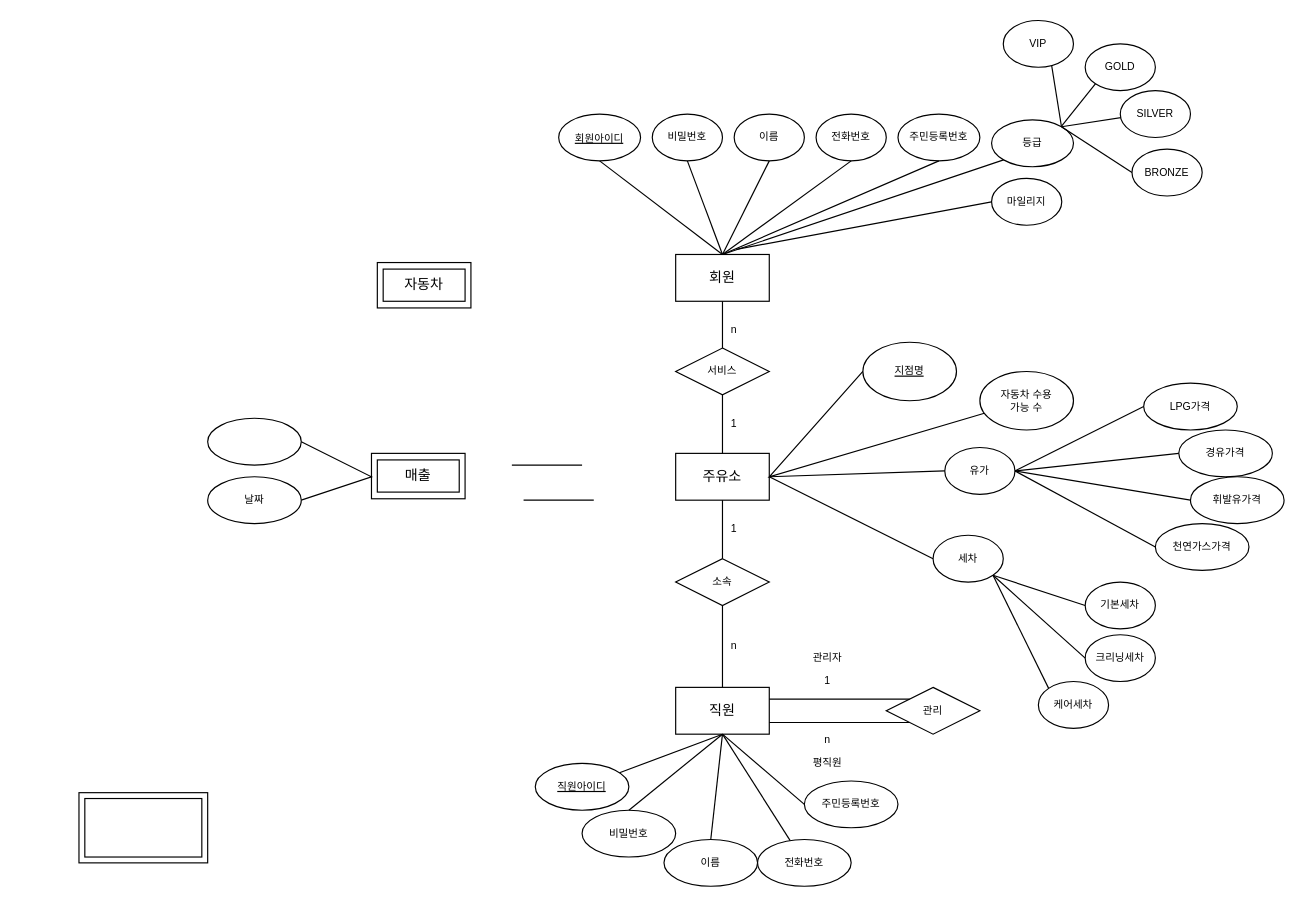
Before: Untitled Diagram.drawio in junki1912/DataBase_base, a draw.io diagram. Source tidied: cells renumbered, new cells numbered last; positions are measured from the earlier drawing's top-left corner, leaving out a move shared by most shapes. Both pictures are drawn from the tidied source at 117%, with x=0, y=0 at pixel (78, 20).
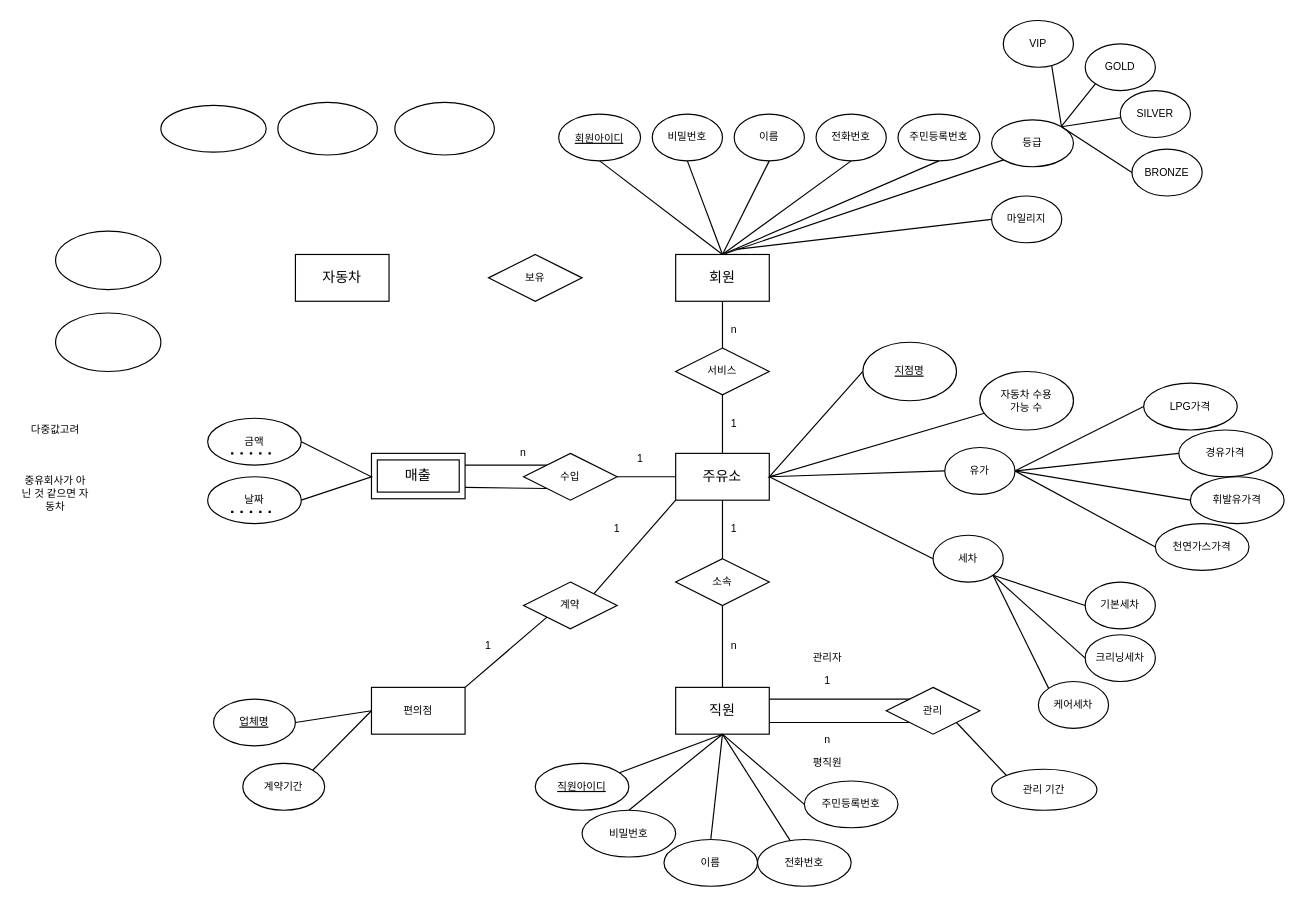
The same diagram, later.

The change refers to these unchanged cells:
```xml
<mxCell id="41" value="주유소" style="rounded=0;whiteSpace=wrap;html=1;" parent="1" vertex="1">
  <mxGeometry x="510" y="370" width="80" height="40" as="geometry" />
</mxCell>
<mxCell id="79" style="rounded=0;whiteSpace=wrap;html=1;" parent="1" vertex="1">
  <mxGeometry x="250" y="370" width="80" height="38.8" as="geometry" />
</mxCell>
```

The edit, as a diff of the source:
```diff
@@
-    <mxCell id="2" style="rounded=0;whiteSpace=wrap;html=1;" parent="1" vertex="1">
-      <mxGeometry y="660" width="110" height="60" as="geometry" />
-    </mxCell>
-    <mxCell id="3" style="rounded=0;whiteSpace=wrap;html=1;" parent="1" vertex="1">
-      <mxGeometry x="5" y="665" width="100" height="50" as="geometry" />
-    </mxCell>
-    <mxCell id="4" style="rounded=0;whiteSpace=wrap;html=1;" parent="1" vertex="1">
-      <mxGeometry x="255" y="206.9" width="80" height="38.8" as="geometry" />
-    </mxCell>
-    <mxCell id="5" value="자동차" style="rounded=0;whiteSpace=wrap;html=1;" parent="1" vertex="1">
-      <mxGeometry x="260" y="212.5" width="70" height="27.5" as="geometry" />
-    </mxCell>
@@
     <mxCell id="12" value="마일리지" style="ellipse;whiteSpace=wrap;html=1;fontSize=9;" parent="1" vertex="1">
-      <mxGeometry x="780" y="135" width="60" height="40" as="geometry" />
+      <mxGeometry x="780" y="150" width="60" height="40" as="geometry" />
     </mxCell>
@@
-    <mxCell id="81" style="endArrow=none;html=1;rounded=0;fontSize=9;entryX=1;entryY=0.5;entryDx=0;entryDy=0;exitX=1;exitY=0.5;exitDx=0;exitDy=0;" parent="1" edge="1" source="83" target="82">
+    <mxCell id="81" style="endArrow=none;html=1;rounded=0;fontSize=9;exitX=1;exitY=0.5;exitDx=0;exitDy=0;" parent="1" edge="1">
       <mxGeometry relative="1" as="geometry">
+        <mxPoint x="190" y="360" as="sourcePoint" />
+        <mxPoint x="190" y="410" as="targetPoint" />
         <Array as="points">
           <mxPoint x="250" y="390" />
         </Array>
       </mxGeometry>
     </mxCell>
-    <mxCell id="82" value="날짜" style="ellipse;whiteSpace=wrap;html=1;fontSize=9;" parent="1" vertex="1">
-      <mxGeometry x="110" y="390" width="80" height="40" as="geometry" />
-    </mxCell>
-    <mxCell id="83" style="ellipse;whiteSpace=wrap;html=1;fontSize=9;" parent="1" vertex="1">
+    <mxCell id="83" value="금액" style="ellipse;whiteSpace=wrap;html=1;fontSize=9;" parent="1" vertex="1">
       <mxGeometry x="110" y="340" width="80" height="40" as="geometry" />
     </mxCell>
-    <mxCell id="84" style="endArrow=none;html=1;rounded=0;fontSize=9;" parent="1" edge="1">
+    <mxCell id="84" style="endArrow=none;html=1;rounded=0;fontSize=9;entryX=0;entryY=0;entryDx=0;entryDy=0;" parent="1" edge="1" target="86">
       <mxGeometry relative="1" as="geometry">
-        <mxPoint x="370" y="380" as="sourcePoint" />
-        <mxPoint x="430" y="380" as="targetPoint" />
+        <mxPoint x="330" y="380" as="sourcePoint" />
       </mxGeometry>
     </mxCell>
-    <mxCell id="85" style="endArrow=none;html=1;rounded=0;fontSize=9;" parent="1" edge="1">
-      <mxGeometry relative="1" as="geometry">
-        <mxPoint x="380" y="410" as="sourcePoint" />
-        <mxPoint x="440" y="410" as="targetPoint" />
-      </mxGeometry>
+    <mxCell id="85" style="endArrow=none;html=1;rounded=0;fontSize=9;entryX=0;entryY=1;entryDx=0;entryDy=0;exitX=1;exitY=0.75;exitDx=0;exitDy=0;" parent="1" edge="1" source="79" target="86">
+      <mxGeometry relative="1" as="geometry" />
     </mxCell>
+    <mxCell id="86" value="수입" style="rhombus;whiteSpace=wrap;html=1;fontSize=9;" parent="1" vertex="1">
+      <mxGeometry x="380" y="370" width="80" height="40" as="geometry" />
+    </mxCell>
+    <mxCell id="87" style="endArrow=none;html=1;rounded=0;fontSize=9;entryX=0;entryY=0.5;entryDx=0;entryDy=0;exitX=1;exitY=0.5;exitDx=0;exitDy=0;" parent="1" edge="1" source="86" target="41">
+      <mxGeometry relative="1" as="geometry" />
+    </mxCell>
+    <mxCell id="88" value="n" style="text;html=1;strokeColor=none;fillColor=none;align=center;verticalAlign=middle;whiteSpace=wrap;rounded=0;fontSize=9;" parent="1" vertex="1">
+      <mxGeometry x="350" y="355" width="60" height="30" as="geometry" />
+    </mxCell>
+    <mxCell id="89" style="endArrow=none;dashed=1;html=1;dashPattern=1 3;strokeWidth=2;rounded=0;fontSize=9;" parent="1" edge="1">
+      <mxGeometry relative="1" as="geometry">
+        <mxPoint x="130" y="370" as="sourcePoint" />
+        <mxPoint x="170" y="370" as="targetPoint" />
+      </mxGeometry>
+    </mxCell>
+    <mxCell id="82" value="날짜" style="ellipse;whiteSpace=wrap;html=1;fontSize=9;" parent="1" vertex="1">
+      <mxGeometry x="110" y="390" width="80" height="40" as="geometry" />
+    </mxCell>
+    <mxCell id="90" style="endArrow=none;dashed=1;html=1;dashPattern=1 3;strokeWidth=2;rounded=0;fontSize=9;" parent="1" edge="1">
+      <mxGeometry relative="1" as="geometry">
+        <mxPoint x="130" y="420" as="sourcePoint" />
+        <mxPoint x="170" y="420" as="targetPoint" />
+      </mxGeometry>
+    </mxCell>
+    <mxCell id="91" value="1" style="text;html=1;strokeColor=none;fillColor=none;align=center;verticalAlign=middle;whiteSpace=wrap;rounded=0;fontSize=9;" parent="1" vertex="1">
+      <mxGeometry x="450" y="360" width="60" height="30" as="geometry" />
+    </mxCell>
+    <mxCell id="92" value="편의점" style="rounded=0;whiteSpace=wrap;html=1;fontSize=9;" parent="1" vertex="1">
+      <mxGeometry x="250" y="570" width="80" height="40" as="geometry" />
+    </mxCell>
+    <mxCell id="93" value="&lt;u&gt;업체명&lt;/u&gt;" style="ellipse;whiteSpace=wrap;html=1;fontSize=9;" parent="1" vertex="1">
+      <mxGeometry x="115" y="580" width="70" height="40" as="geometry" />
+    </mxCell>
+    <mxCell id="94" value="계약기간" style="ellipse;whiteSpace=wrap;html=1;fontSize=9;" parent="1" vertex="1">
+      <mxGeometry x="140" y="635" width="70" height="40" as="geometry" />
+    </mxCell>
+    <mxCell id="95" style="endArrow=none;html=1;rounded=0;fontSize=9;exitX=1;exitY=0.5;exitDx=0;exitDy=0;entryX=0;entryY=0.5;entryDx=0;entryDy=0;" parent="1" edge="1" source="93" target="92">
+      <mxGeometry relative="1" as="geometry" />
+    </mxCell>
+    <mxCell id="96" style="endArrow=none;html=1;rounded=0;fontSize=9;exitX=1;exitY=0;exitDx=0;exitDy=0;entryX=0;entryY=0.5;entryDx=0;entryDy=0;" parent="1" edge="1" source="94" target="92">
+      <mxGeometry relative="1" as="geometry" />
+    </mxCell>
+    <mxCell id="97" value="계약" style="rhombus;whiteSpace=wrap;html=1;fontSize=9;" parent="1" vertex="1">
+      <mxGeometry x="380" y="480" width="80" height="40" as="geometry" />
+    </mxCell>
+    <mxCell id="98" style="endArrow=none;html=1;rounded=0;fontSize=9;exitX=1;exitY=0;exitDx=0;exitDy=0;entryX=0;entryY=1;entryDx=0;entryDy=0;" parent="1" edge="1" source="92" target="97">
+      <mxGeometry relative="1" as="geometry" />
+    </mxCell>
+    <mxCell id="99" style="endArrow=none;html=1;rounded=0;fontSize=9;exitX=1;exitY=0;exitDx=0;exitDy=0;" parent="1" edge="1" source="97">
+      <mxGeometry relative="1" as="geometry">
+        <mxPoint x="510" y="410" as="targetPoint" />
+      </mxGeometry>
+    </mxCell>
+    <mxCell id="100" value="1" style="text;html=1;strokeColor=none;fillColor=none;align=center;verticalAlign=middle;whiteSpace=wrap;rounded=0;fontSize=9;" parent="1" vertex="1">
+      <mxGeometry x="430" y="420" width="60" height="30" as="geometry" />
+    </mxCell>
+    <mxCell id="101" value="1" style="text;html=1;strokeColor=none;fillColor=none;align=center;verticalAlign=middle;whiteSpace=wrap;rounded=0;fontSize=9;" parent="1" vertex="1">
+      <mxGeometry x="320" y="520" width="60" height="30" as="geometry" />
+    </mxCell>
+    <mxCell id="102" value="다중값고려" style="text;html=1;strokeColor=none;fillColor=none;align=center;verticalAlign=middle;whiteSpace=wrap;rounded=0;fontSize=9;" parent="1" vertex="1">
+      <mxGeometry x="-50" y="335" width="60" height="30" as="geometry" />
+    </mxCell>
+    <mxCell id="103" value="보유" style="rhombus;whiteSpace=wrap;html=1;fontSize=9;" parent="1" vertex="1">
+      <mxGeometry x="350" y="200" width="80" height="40" as="geometry" />
+    </mxCell>
+    <mxCell id="104" style="ellipse;whiteSpace=wrap;html=1;fontSize=9;" parent="1" vertex="1">
+      <mxGeometry x="270" y="70" width="85" height="45" as="geometry" />
+    </mxCell>
+    <mxCell id="105" style="ellipse;whiteSpace=wrap;html=1;fontSize=9;" parent="1" vertex="1">
+      <mxGeometry x="170" y="70" width="85" height="45" as="geometry" />
+    </mxCell>
+    <mxCell id="106" style="ellipse;whiteSpace=wrap;html=1;fontSize=9;" parent="1" vertex="1">
+      <mxGeometry x="70" y="72.5" width="90" height="40" as="geometry" />
+    </mxCell>
+    <mxCell id="107" value="관리 기간" style="ellipse;whiteSpace=wrap;html=1;fontSize=9;" parent="1" vertex="1">
+      <mxGeometry x="780" y="640" width="90" height="35" as="geometry" />
+    </mxCell>
+    <mxCell id="108" style="ellipse;whiteSpace=wrap;html=1;fontSize=9;" parent="1" vertex="1">
+      <mxGeometry x="-20" y="180" width="90" height="50" as="geometry" />
+    </mxCell>
+    <mxCell id="109" style="ellipse;whiteSpace=wrap;html=1;fontSize=9;" parent="1" vertex="1">
+      <mxGeometry x="-20" y="250" width="90" height="50" as="geometry" />
+    </mxCell>
+    <mxCell id="110" style="endArrow=none;html=1;rounded=0;fontSize=9;entryX=0;entryY=0;entryDx=0;entryDy=0;" parent="1" edge="1" target="107">
+      <mxGeometry relative="1" as="geometry">
+        <mxPoint x="750" y="600" as="sourcePoint" />
+      </mxGeometry>
+    </mxCell>
+    <mxCell id="111" value="중유회사가 아닌 것 같으면 자동차" style="text;html=1;strokeColor=none;fillColor=none;align=center;verticalAlign=middle;whiteSpace=wrap;rounded=0;fontSize=9;" parent="1" vertex="1">
+      <mxGeometry x="-50" y="390" width="60" height="30" as="geometry" />
+    </mxCell>
+    <mxCell id="5" value="자동차" style="rounded=0;whiteSpace=wrap;html=1;" parent="1" vertex="1">
+      <mxGeometry x="185" y="200" width="80" height="40" as="geometry" />
+    </mxCell>
```
